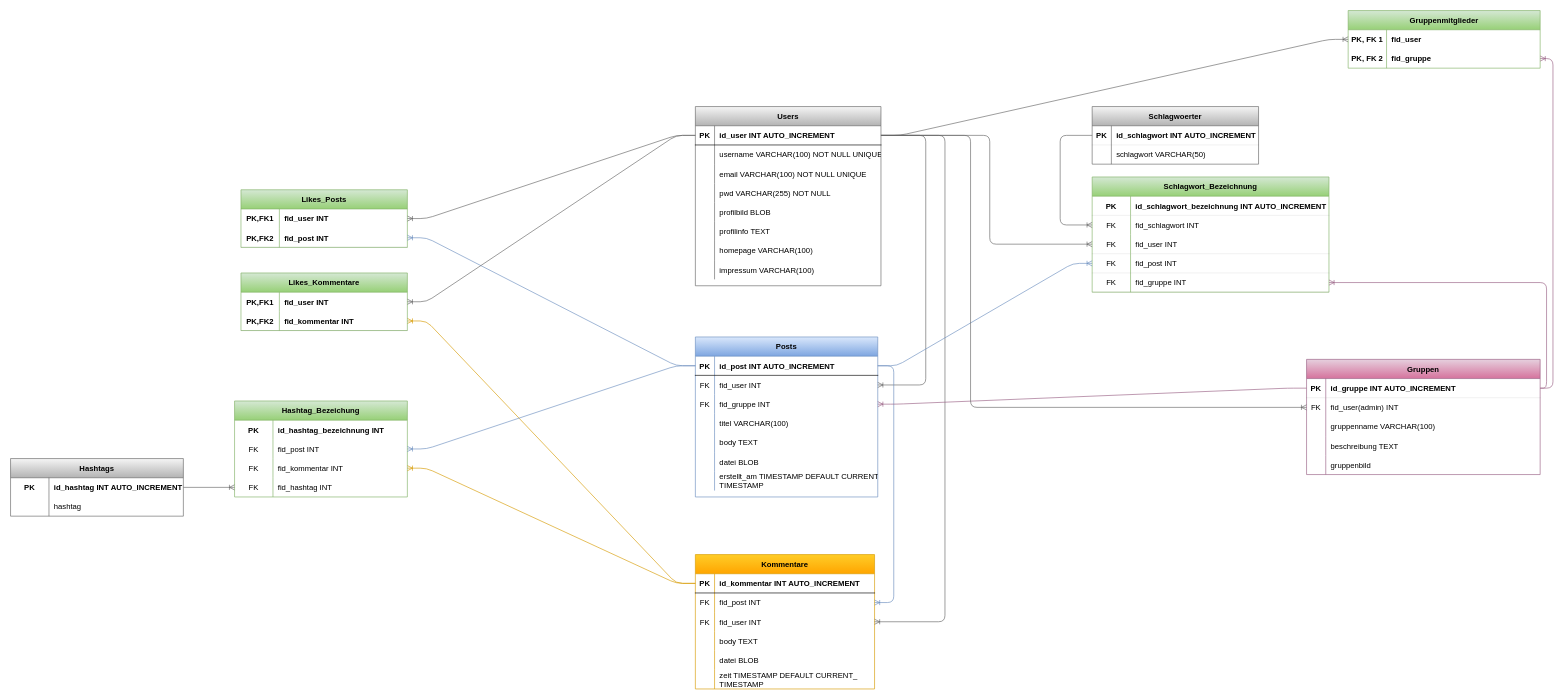
Before: ERD-physisch.drawio in MaPankow/Artivity---Datenbankenprojekt-mit-MariaDB-und-SQLite, a draw.io diagram. Source tidied: cells renumbered, new cells numbered last; positions are measured from the earlier drawing's top-left corner, leaving out a move shared by most shapes. Both pictures are drawn from the tidied source at 64%, with x=0, y=0 at pixel (10, 10).
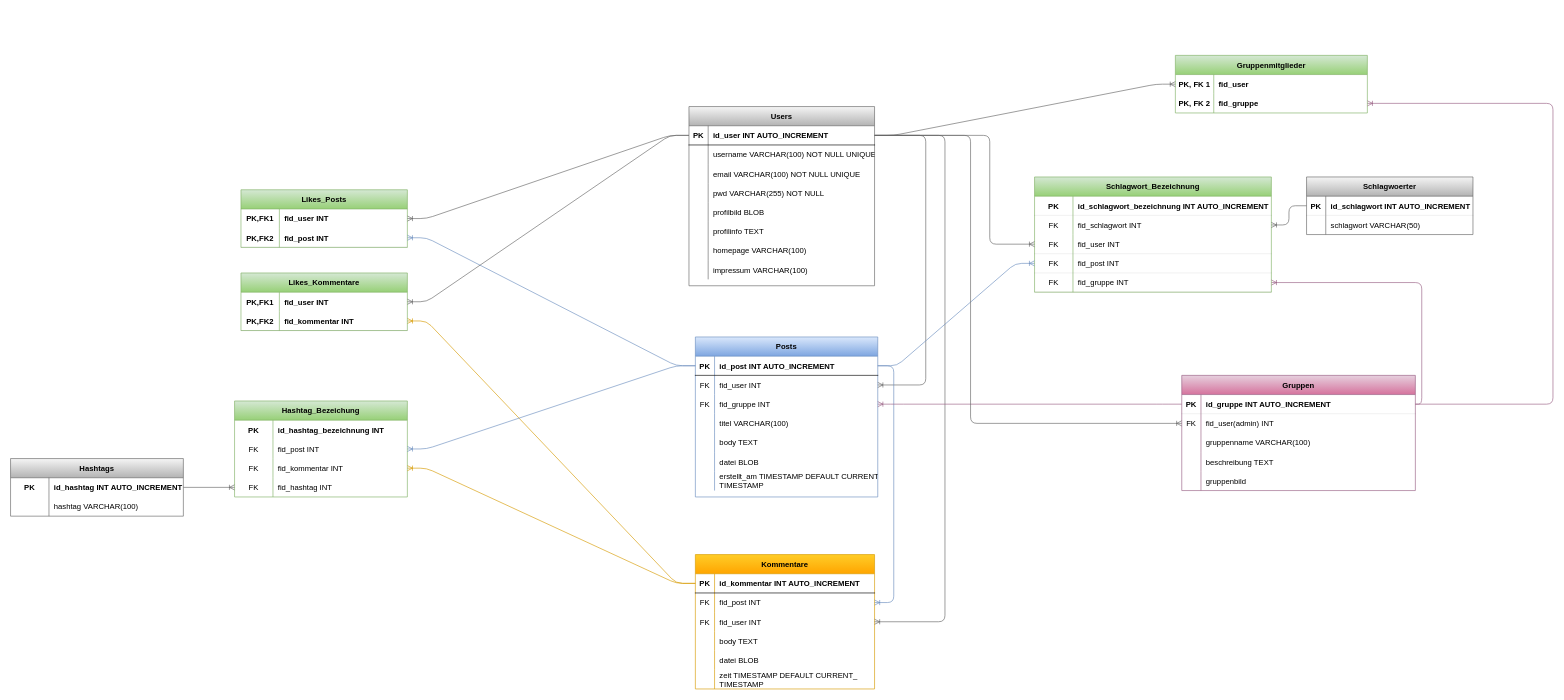
After the change.

The change refers to these unchanged cells:
```xml
<mxCell id="3" style="shape=tableRow;horizontal=0;startSize=0;swimlaneHead=0;swimlaneBody=0;fillColor=none;points=[[0,0.5],[1,0.5]];portConstraint=eastwest;top=0;left=0;right=0;bottom=1;" parent="2" vertex="1">
  <mxGeometry y="30" width="290" height="30" as="geometry" />
</mxCell>
<mxCell id="89" style="shape=tableRow;horizontal=0;startSize=0;swimlaneHead=0;swimlaneBody=0;fillColor=none;points=[[0,0.5],[1,0.5]];portConstraint=eastwest;top=0;left=0;right=0;bottom=1;strokeWidth=0;" parent="88" vertex="1">
  <mxGeometry y="30" width="260" height="30" as="geometry" />
</mxCell>
<mxCell id="99" style="shape=tableRow;horizontal=0;startSize=0;swimlaneHead=0;swimlaneBody=0;fillColor=none;points=[[0,0.5],[1,0.5]];portConstraint=eastwest;top=0;left=0;right=0;bottom=0;strokeWidth=0;" parent="95" vertex="1">
  <mxGeometry y="60" width="370" height="30" as="geometry" />
</mxCell>
<mxCell id="112" style="shape=tableRow;horizontal=0;startSize=0;swimlaneHead=0;swimlaneBody=0;fillColor=none;points=[[0,0.5],[1,0.5]];portConstraint=eastwest;top=0;left=0;right=0;bottom=1;strokeWidth=0;" parent="111" vertex="1">
  <mxGeometry y="30" width="365" height="30" as="geometry" />
</mxCell>
<mxCell id="115" style="shape=tableRow;horizontal=0;startSize=0;swimlaneHead=0;swimlaneBody=0;fillColor=none;points=[[0,0.5],[1,0.5]];portConstraint=eastwest;top=0;left=0;right=0;bottom=0;strokeWidth=0;" parent="111" vertex="1">
  <mxGeometry y="60" width="365" height="30" as="geometry" />
</mxCell>
<mxCell id="131" style="shape=tableRow;horizontal=0;startSize=0;swimlaneHead=0;swimlaneBody=0;fillColor=none;points=[[0,0.5],[1,0.5]];portConstraint=eastwest;top=0;left=0;right=0;bottom=0;strokeWidth=0;" parent="127" vertex="1">
  <mxGeometry y="60" width="300" height="30" as="geometry" />
</mxCell>
<mxCell id="150" style="shape=tableRow;horizontal=0;startSize=0;swimlaneHead=0;swimlaneBody=0;fillColor=none;top=0;left=0;right=0;bottom=1;strokeColor=none;" parent="146" vertex="1">
  <mxGeometry y="60" width="270" height="30" as="geometry" />
</mxCell>
```

Diff of the diagram source:
```diff
@@
     <mxCell id="2" value="Users" style="shape=table;startSize=30;childLayout=tableLayout;rowLines=0;fontStyle=1;align=center;fillColor=#f5f5f5;gradientColor=#b3b3b3;strokeColor=#666666;" parent="1" vertex="1">
-      <mxGeometry x="1070" y="150" width="290" height="280" as="geometry" />
+      <mxGeometry x="1060" y="150" width="290" height="280" as="geometry" />
     </mxCell>
@@
     <mxCell id="88" value="Schlagwoerter" style="shape=table;startSize=30;childLayout=tableLayout;rowLines=0;fontStyle=1;align=center;strokeWidth=1;fillColor=#f5f5f5;gradientColor=#b3b3b3;strokeColor=#666666;" parent="1" vertex="1">
-      <mxGeometry x="1690" y="150" width="260" height="90" as="geometry" />
+      <mxGeometry x="2025" y="260" width="260" height="90" as="geometry" />
     </mxCell>
@@
     <mxCell id="95" value="Schlagwort_Bezeichnung" style="shape=table;startSize=30;childLayout=tableLayout;rowLines=0;fontStyle=1;align=center;strokeWidth=1;fillColor=#d5e8d4;gradientColor=#97d077;strokeColor=#82b366;" parent="1" vertex="1">
-      <mxGeometry x="1690" y="260" width="370" height="180" as="geometry" />
+      <mxGeometry x="1600" y="260" width="370" height="180" as="geometry" />
     </mxCell>
@@
     <mxCell id="111" value="Gruppen" style="shape=table;startSize=30;childLayout=tableLayout;rowLines=0;fontStyle=1;align=center;strokeWidth=1;fillColor=#e6d0de;gradientColor=#d5739d;strokeColor=#996185;" parent="1" vertex="1">
-      <mxGeometry x="2025" y="545" width="365" height="180" as="geometry" />
+      <mxGeometry x="1830" y="570" width="365" height="180" as="geometry" />
     </mxCell>
@@
     <mxCell id="127" value="Gruppenmitglieder" style="shape=table;startSize=30;childLayout=tableLayout;rowLines=0;fontStyle=1;align=center;strokeWidth=1;fillColor=#d5e8d4;gradientColor=#97d077;strokeColor=#82b366;" parent="1" vertex="1">
-      <mxGeometry x="2090" width="300" height="90" as="geometry" />
+      <mxGeometry x="1820" y="70" width="300" height="90" as="geometry" />
     </mxCell>
@@
     <mxCell id="144" style="edgeStyle=orthogonalEdgeStyle;fontSize=12;html=1;endArrow=ERoneToMany;exitX=1;exitY=0.5;exitDx=0;exitDy=0;entryX=0;entryY=0.5;entryDx=0;entryDy=0;fillColor=#f5f5f5;gradientColor=#b3b3b3;strokeColor=#666666;" parent="1" edge="1" source="3" target="115">
       <mxGeometry relative="1" as="geometry">
         <Array as="points">
           <mxPoint x="1500" y="195" />
-          <mxPoint x="1500" y="620" />
+          <mxPoint x="1500" y="645" />
         </Array>
       </mxGeometry>
     </mxCell>
@@
-    <mxCell id="152" value="hashtag" style="shape=partialRectangle;fillColor=none;top=0;left=0;bottom=0;right=0;align=left;spacingLeft=6;fontStyle=0;overflow=hidden;" parent="150" vertex="1">
+    <mxCell id="152" value="hashtag VARCHAR(100)" style="shape=partialRectangle;fillColor=none;top=0;left=0;bottom=0;right=0;align=left;spacingLeft=6;fontStyle=0;overflow=hidden;" parent="150" vertex="1">
       <mxGeometry x="60" width="210" height="30" as="geometry" />
     </mxCell>
@@
-    <mxCell id="163" style="edgeStyle=orthogonalEdgeStyle;fontSize=12;html=1;endArrow=ERoneToMany;entryX=1;entryY=0.5;entryDx=0;entryDy=0;fillColor=#e6d0de;gradientColor=#d5739d;strokeColor=#996185;" parent="1" edge="1" source="112" target="131">
+    <mxCell id="163" style="edgeStyle=orthogonalEdgeStyle;fontSize=12;html=1;endArrow=ERoneToMany;entryX=1;entryY=0.5;entryDx=0;entryDy=0;fillColor=#e6d0de;gradientColor=#d5739d;strokeColor=#996185;exitX=1;exitY=0.5;exitDx=0;exitDy=0;" parent="1" edge="1" source="112" target="131">
       <mxGeometry relative="1" as="geometry">
         <Array as="points">
-          <mxPoint x="2410" y="590" />
-          <mxPoint x="2410" y="75" />
+          <mxPoint x="2410" y="615" />
+          <mxPoint x="2410" y="145" />
         </Array>
       </mxGeometry>
     </mxCell>
@@
-    <mxCell id="165" style="edgeStyle=orthogonalEdgeStyle;fontSize=12;html=1;endArrow=ERoneToMany;exitX=0;exitY=0.5;exitDx=0;exitDy=0;entryX=0;entryY=0.5;entryDx=0;entryDy=0;fillColor=#f5f5f5;gradientColor=#b3b3b3;strokeColor=#666666;" parent="1" edge="1" source="89" target="99">
-      <mxGeometry relative="1" as="geometry">
-        <Array as="points">
-          <mxPoint x="1640" y="195" />
-          <mxPoint x="1640" y="335" />
-        </Array>
-      </mxGeometry>
+    <mxCell id="165" style="edgeStyle=orthogonalEdgeStyle;fontSize=12;html=1;endArrow=ERoneToMany;exitX=0;exitY=0.5;exitDx=0;exitDy=0;entryX=1;entryY=0.5;entryDx=0;entryDy=0;fillColor=#f5f5f5;gradientColor=#b3b3b3;strokeColor=#666666;" parent="1" edge="1" source="89" target="99">
+      <mxGeometry relative="1" as="geometry" />
     </mxCell>
```
